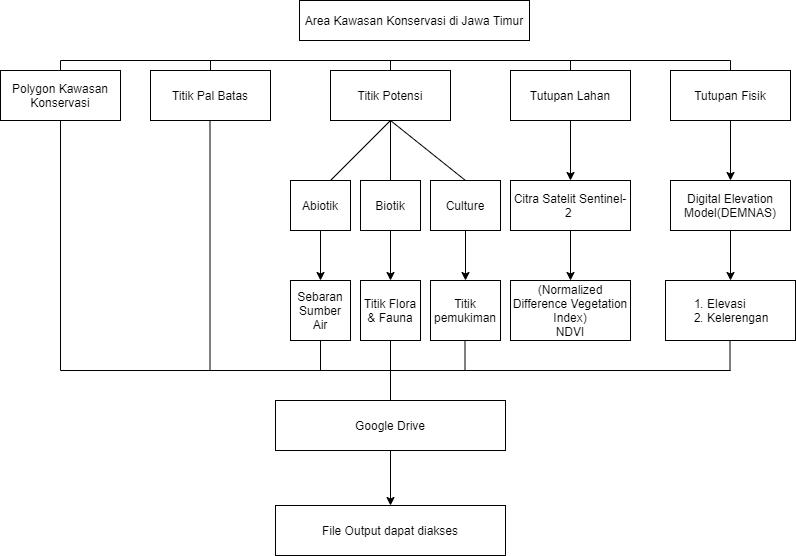
Earlier version of the draw.io export Untitled Diagram.png (jatukr/basic-python). Source tidied: cells renumbered, new cells last; positions are measured from the earlier drawing's top-left corner, leaving out a move shared by most shapes.
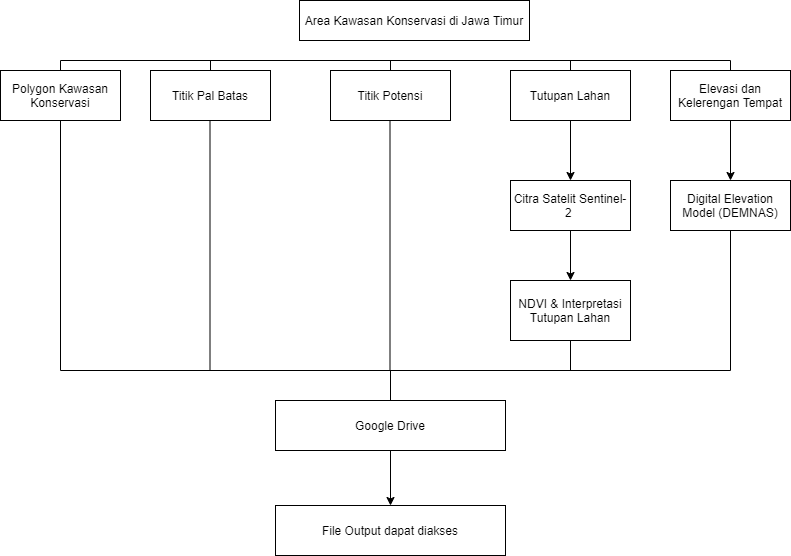
The same diagram one commit later.

The edit, as a diff of the source:
```diff
@@ -8,12 +8,6 @@
     <mxCell id="3" value="Polygon Kawasan Konservasi" style="rounded=0;whiteSpace=wrap;html=1;" parent="1" vertex="1">
       <mxGeometry y="70" width="120" height="50" as="geometry" />
     </mxCell>
-    <mxCell id="4" style="edgeStyle=orthogonalEdgeStyle;rounded=0;jettySize=auto;html=1;" parent="1" edge="1" source="5" target="15">
-      <mxGeometry relative="1" as="geometry" />
-    </mxCell>
-    <mxCell id="5" value="Tutupan Fisik" style="rounded=0;whiteSpace=wrap;html=1;" parent="1" vertex="1">
-      <mxGeometry x="670" y="70" width="120" height="50" as="geometry" />
-    </mxCell>
     <mxCell id="6" value="Titik Pal Batas" style="rounded=0;whiteSpace=wrap;html=1;" parent="1" vertex="1">
       <mxGeometry x="150" y="70" width="120" height="50" as="geometry" />
     </mxCell>
@@ -32,16 +26,16 @@
     <mxCell id="11" value="Citra Satelit Sentinel-2&amp;nbsp;" style="rounded=0;whiteSpace=wrap;html=1;" parent="1" vertex="1">
       <mxGeometry x="510" y="180" width="120" height="50" as="geometry" />
     </mxCell>
-    <mxCell id="12" value="(Normalized Difference Vegetation Index)&lt;br&gt;NDVI" style="rounded=0;whiteSpace=wrap;html=1;" parent="1" vertex="1">
+    <mxCell id="12" value="NDVI &amp;amp; Interpretasi Tutupan Lahan" style="rounded=0;whiteSpace=wrap;html=1;" parent="1" vertex="1">
       <mxGeometry x="510" y="280" width="120" height="60" as="geometry" />
     </mxCell>
+    <mxCell id="45" style="edgeStyle=orthogonalEdgeStyle;rounded=0;jettySize=auto;html=1;" parent="1" edge="1" source="13" target="15">
+      <mxGeometry relative="1" as="geometry" />
+    </mxCell>
-    <mxCell id="13" value="&lt;ol&gt;&lt;li style=&quot;&quot;&gt;Elevasi&lt;/li&gt;&lt;li&gt;Kelerengan&lt;/li&gt;&lt;/ol&gt;" style="rounded=0;whiteSpace=wrap;html=1;align=left;" parent="1" vertex="1">
-      <mxGeometry x="665" y="280" width="130" height="60" as="geometry" />
+    <mxCell id="13" value="&lt;div&gt;Elevasi dan Kelerengan Tempat&lt;/div&gt;" style="rounded=0;whiteSpace=wrap;html=1;align=center;" parent="1" vertex="1">
+      <mxGeometry x="670" y="70" width="120" height="50" as="geometry" />
     </mxCell>
-    <mxCell id="14" style="edgeStyle=orthogonalEdgeStyle;rounded=0;jettySize=auto;html=1;" parent="1" edge="1" source="15" target="13">
-      <mxGeometry relative="1" as="geometry" />
-    </mxCell>
-    <mxCell id="15" value="Digital Elevation Model(DEMNAS)" style="rounded=0;whiteSpace=wrap;html=1;" parent="1" vertex="1">
+    <mxCell id="15" value="Digital Elevation Model (DEMNAS)" style="rounded=0;whiteSpace=wrap;html=1;" parent="1" vertex="1">
       <mxGeometry x="670" y="180" width="120" height="50" as="geometry" />
     </mxCell>
     <mxCell id="16" style="endArrow=none;html=1;exitX=0.5;exitY=0;exitDx=0;exitDy=0;" parent="1" edge="1" source="3">
@@ -55,8 +49,9 @@
         <mxPoint x="730" y="60" as="targetPoint" />
       </mxGeometry>
     </mxCell>
-    <mxCell id="18" style="endArrow=none;html=1;exitX=0.5;exitY=0;exitDx=0;exitDy=0;" parent="1" edge="1" source="5">
+    <mxCell id="18" style="endArrow=none;html=1;exitX=0.5;exitY=0;exitDx=0;exitDy=0;" parent="1" edge="1">
       <mxGeometry relative="1" as="geometry">
+        <mxPoint x="730" y="70" as="sourcePoint" />
         <mxPoint x="730" y="60" as="targetPoint" />
       </mxGeometry>
     </mxCell>
@@ -75,44 +70,21 @@
         <mxPoint x="570" y="60" as="targetPoint" />
       </mxGeometry>
     </mxCell>
-    <mxCell id="22" style="edgeStyle=orthogonalEdgeStyle;rounded=0;jettySize=auto;html=1;" parent="1" edge="1" source="23" target="31">
-      <mxGeometry relative="1" as="geometry" />
+    <mxCell id="22" style="edgeStyle=orthogonalEdgeStyle;rounded=0;jettySize=auto;html=1;" parent="1" edge="1" target="x">
+      <mxGeometry relative="1" as="geometry">
+        <mxPoint x="320" y="230" as="sourcePoint" />
+      </mxGeometry>
     </mxCell>
-    <mxCell id="23" value="Abiotik" style="rounded=0;whiteSpace=wrap;html=1;align=center;" parent="1" vertex="1">
-      <mxGeometry x="290" y="180" width="60" height="50" as="geometry" />
-    </mxCell>
-    <mxCell id="24" style="edgeStyle=orthogonalEdgeStyle;rounded=0;jettySize=auto;html=1;" parent="1" edge="1" source="25" target="32">
-      <mxGeometry relative="1" as="geometry" />
+    <mxCell id="24" style="edgeStyle=orthogonalEdgeStyle;rounded=0;jettySize=auto;html=1;" parent="1" edge="1" target="x">
+      <mxGeometry relative="1" as="geometry">
+        <mxPoint x="390" y="230" as="sourcePoint" />
+      </mxGeometry>
     </mxCell>
-    <mxCell id="25" value="Biotik" style="rounded=0;whiteSpace=wrap;html=1;align=center;" parent="1" vertex="1">
-      <mxGeometry x="360" y="180" width="60" height="50" as="geometry" />
-    </mxCell>
-    <mxCell id="26" style="edgeStyle=orthogonalEdgeStyle;rounded=0;jettySize=auto;html=1;" parent="1" edge="1" source="27" target="33">
-      <mxGeometry relative="1" as="geometry" />
+    <mxCell id="26" style="edgeStyle=orthogonalEdgeStyle;rounded=0;jettySize=auto;html=1;" parent="1" edge="1" target="x">
+      <mxGeometry relative="1" as="geometry">
+        <mxPoint x="465" y="230" as="sourcePoint" />
+      </mxGeometry>
     </mxCell>
-    <mxCell id="27" value="Culture" style="rounded=0;whiteSpace=wrap;html=1;align=center;" parent="1" vertex="1">
-      <mxGeometry x="430" y="180" width="70" height="50" as="geometry" />
-    </mxCell>
-    <mxCell id="28" style="endArrow=none;html=1;entryX=0.5;entryY=1;entryDx=0;entryDy=0;" parent="1" edge="1" target="7">
-      <mxGeometry relative="1" as="geometry">
-        <mxPoint x="330" y="180" as="sourcePoint" />
-      </mxGeometry>
-    </mxCell>
-    <mxCell id="29" style="endArrow=none;html=1;entryX=0.5;entryY=1;entryDx=0;entryDy=0;exitX=0.5;exitY=0;exitDx=0;exitDy=0;" parent="1" edge="1" source="25" target="7">
-      <mxGeometry relative="1" as="geometry" />
-    </mxCell>
-    <mxCell id="30" style="endArrow=none;html=1;entryX=0.5;entryY=1;entryDx=0;entryDy=0;exitX=0.5;exitY=0;exitDx=0;exitDy=0;" parent="1" edge="1" source="27" target="7">
-      <mxGeometry relative="1" as="geometry" />
-    </mxCell>
-    <mxCell id="31" value="Sebaran Sumber Air" style="rounded=0;whiteSpace=wrap;html=1;align=center;" parent="1" vertex="1">
-      <mxGeometry x="290" y="280" width="60" height="60" as="geometry" />
-    </mxCell>
-    <mxCell id="32" value="Titik Flora &amp;amp; Fauna" style="rounded=0;whiteSpace=wrap;html=1;align=center;" parent="1" vertex="1">
-      <mxGeometry x="360" y="280" width="60" height="60" as="geometry" />
-    </mxCell>
-    <mxCell id="33" value="Titik pemukiman" style="rounded=0;whiteSpace=wrap;html=1;align=center;" parent="1" vertex="1">
-      <mxGeometry x="430" y="280" width="70" height="60" as="geometry" />
-    </mxCell>
     <mxCell id="34" style="edgeStyle=orthogonalEdgeStyle;rounded=0;jettySize=auto;html=1;" parent="1" edge="1" source="35" target="44">
       <mxGeometry relative="1" as="geometry" />
     </mxCell>
@@ -136,28 +108,6 @@
         <mxPoint x="209.5" y="120" as="targetPoint" />
       </mxGeometry>
     </mxCell>
-    <mxCell id="39" style="endArrow=none;html=1;exitX=0.5;exitY=1;exitDx=0;exitDy=0;" parent="1" edge="1" source="31">
-      <mxGeometry relative="1" as="geometry">
-        <mxPoint x="320" y="370" as="targetPoint" />
-      </mxGeometry>
-    </mxCell>
-    <mxCell id="40" style="endArrow=none;html=1;exitX=0.5;exitY=1;exitDx=0;exitDy=0;" parent="1" edge="1" source="32">
-      <mxGeometry relative="1" as="geometry">
-        <mxPoint x="390" y="370" as="targetPoint" />
-      </mxGeometry>
-    </mxCell>
-    <mxCell id="41" style="endArrow=none;html=1;exitX=0.5;exitY=1;exitDx=0;exitDy=0;" parent="1" edge="1">
-      <mxGeometry relative="1" as="geometry">
-        <mxPoint x="464.5" y="340" as="sourcePoint" />
-        <mxPoint x="464.5" y="370" as="targetPoint" />
-      </mxGeometry>
-    </mxCell>
-    <mxCell id="42" style="endArrow=none;html=1;exitX=0.5;exitY=1;exitDx=0;exitDy=0;" parent="1" edge="1">
-      <mxGeometry relative="1" as="geometry">
-        <mxPoint x="729.5" y="340" as="sourcePoint" />
-        <mxPoint x="729.5" y="370" as="targetPoint" />
-      </mxGeometry>
-    </mxCell>
     <mxCell id="43" style="endArrow=none;html=1;exitX=0.5;exitY=0;exitDx=0;exitDy=0;" parent="1" edge="1" source="35">
       <mxGeometry relative="1" as="geometry">
         <mxPoint x="390" y="370" as="targetPoint" />
@@ -166,5 +116,21 @@
     <mxCell id="44" value="File Output dapat diakses" style="rounded=0;whiteSpace=wrap;html=1;align=center;" parent="1" vertex="1">
       <mxGeometry x="275" y="505" width="230" height="50" as="geometry" />
     </mxCell>
+    <mxCell id="46" style="endArrow=none;html=1;entryX=0.5;entryY=1;entryDx=0;entryDy=0;" parent="1" edge="1">
+      <mxGeometry relative="1" as="geometry">
+        <mxPoint x="389.5" y="370" as="sourcePoint" />
+        <mxPoint x="389.5" y="120" as="targetPoint" />
+      </mxGeometry>
+    </mxCell>
+    <mxCell id="47" style="endArrow=none;html=1;entryX=0.5;entryY=1;entryDx=0;entryDy=0;" parent="1" edge="1" target="15">
+      <mxGeometry relative="1" as="geometry">
+        <mxPoint x="730" y="370" as="sourcePoint" />
+      </mxGeometry>
+    </mxCell>
+    <mxCell id="48" style="endArrow=none;html=1;entryX=0.5;entryY=1;entryDx=0;entryDy=0;" parent="1" edge="1" target="12">
+      <mxGeometry relative="1" as="geometry">
+        <mxPoint x="570" y="370" as="sourcePoint" />
+      </mxGeometry>
+    </mxCell>
   </root>
 </mxGraphModel>
```
